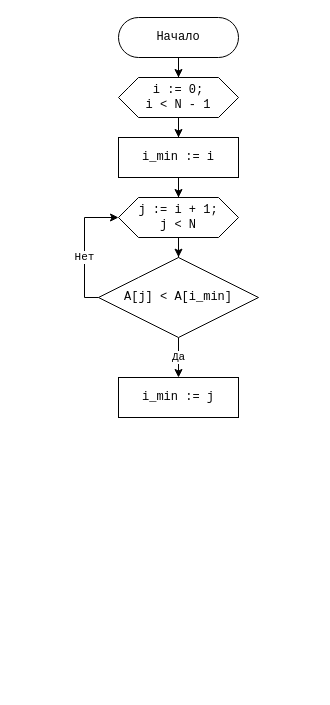
Above: lab_06_1_selection-sort.drawio in 4gottendreamer/Diagrams-drawio (draw.io), before the change. Source tidied: cells renumbered, new cells numbered last; positions are measured from the earlier drawing's top-left corner, leaving out a move shared by most shapes. Both pictures are drawn from the tidied source at 100%, with x=0, y=0 at pixel (84, 17).
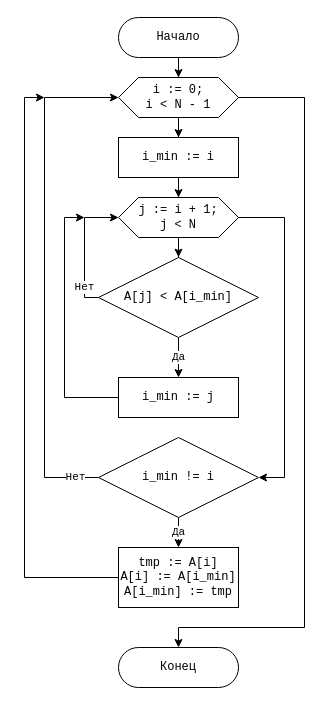
Above is the later version.

The change refers to these unchanged cells:
```xml
<mxCell id="5" value="&lt;div&gt;i := 0;&lt;/div&gt;&lt;div&gt;i &amp;lt; N - 1&lt;/div&gt;" style="shape=hexagon;perimeter=hexagonPerimeter2;whiteSpace=wrap;html=1;fixedSize=1;rounded=1;fontFamily=Consolas;arcSize=0;" parent="1" vertex="1">
  <mxGeometry x="34" y="60" width="120" height="40" as="geometry" />
</mxCell>
<mxCell id="9" value="&lt;div&gt;j := i + 1;&lt;/div&gt;&lt;div&gt;j &amp;lt; N&lt;/div&gt;" style="shape=hexagon;perimeter=hexagonPerimeter2;whiteSpace=wrap;html=1;fixedSize=1;rounded=1;fontFamily=Consolas;arcSize=0;" parent="1" vertex="1">
  <mxGeometry x="34" y="180" width="120" height="40" as="geometry" />
</mxCell>
<mxCell id="12" value="A[j] &amp;lt; A[i_min]" style="rhombus;whiteSpace=wrap;html=1;rounded=1;fontFamily=Consolas;arcSize=0;" parent="1" vertex="1">
  <mxGeometry x="14" y="240" width="160" height="80" as="geometry" />
</mxCell>
<mxCell id="13" value="i_min := j" style="whiteSpace=wrap;html=1;rounded=1;fontFamily=Consolas;arcSize=0;" parent="1" vertex="1">
  <mxGeometry x="34" y="360" width="120" height="40" as="geometry" />
</mxCell>
```

What changed in the source:
```diff
@@
+    <mxCell id="14" style="edgeStyle=orthogonalEdgeStyle;rounded=0;jettySize=auto;html=1;fontFamily=Consolas;entryX=0.5;entryY=0;entryDx=0;entryDy=0;" parent="1" edge="1" source="5" target="22">
+      <mxGeometry relative="1" as="geometry">
+        <Array as="points">
+          <mxPoint x="220" y="80" />
+          <mxPoint x="220" y="610" />
+          <mxPoint x="94" y="610" />
+        </Array>
+      </mxGeometry>
+    </mxCell>
@@
+    <mxCell id="15" style="edgeStyle=orthogonalEdgeStyle;rounded=0;jettySize=auto;html=1;fontFamily=Consolas;entryX=1;entryY=0.5;entryDx=0;entryDy=0;" parent="1" edge="1" source="9" target="19">
+      <mxGeometry relative="1" as="geometry">
+        <Array as="points">
+          <mxPoint x="200" y="200" />
+          <mxPoint x="200" y="460" />
+        </Array>
+      </mxGeometry>
+    </mxCell>
@@
-    <mxCell id="11" value="&lt;div&gt;Нет&lt;/div&gt;" style="edgeStyle=orthogonalEdgeStyle;rounded=0;jettySize=auto;html=1;fontFamily=Consolas;entryX=0;entryY=0.5;entryDx=0;entryDy=0;" parent="1" edge="1" source="12" target="9">
-      <mxGeometry x="-0.16" relative="1" as="geometry">
+    <mxCell id="11" value="&lt;div&gt;Нет&lt;/div&gt;" style="edgeStyle=orthogonalEdgeStyle;rounded=0;jettySize=auto;html=1;fontFamily=Consolas;entryX=0;entryY=0.5;entryDx=0;entryDy=0;exitX=0;exitY=0.5;exitDx=0;exitDy=0;" parent="1" edge="1" source="12" target="9">
+      <mxGeometry x="-0.62" relative="1" as="geometry">
         <Array as="points">
           <mxPoint y="280" />
           <mxPoint y="200" />
         </Array>
       </mxGeometry>
     </mxCell>
@@
+    <mxCell id="16" style="edgeStyle=orthogonalEdgeStyle;rounded=0;jettySize=auto;html=1;fontFamily=Consolas;" parent="1" edge="1" source="13">
+      <mxGeometry relative="1" as="geometry">
+        <mxPoint y="200" as="targetPoint" />
+        <Array as="points">
+          <mxPoint x="-20" y="380" />
+          <mxPoint x="-20" y="200" />
+        </Array>
+      </mxGeometry>
+    </mxCell>
@@
+    <mxCell id="17" value="Да" style="edgeStyle=orthogonalEdgeStyle;rounded=0;jettySize=auto;html=1;fontFamily=Consolas;" parent="1" edge="1" source="19" target="21">
+      <mxGeometry relative="1" as="geometry" />
+    </mxCell>
+    <mxCell id="18" value="&lt;div&gt;Нет&lt;/div&gt;" style="edgeStyle=orthogonalEdgeStyle;rounded=0;jettySize=auto;html=1;entryX=0;entryY=0.5;entryDx=0;entryDy=0;fontFamily=Consolas;" parent="1" edge="1" source="19" target="5">
+      <mxGeometry x="-0.91" relative="1" as="geometry">
+        <Array as="points">
+          <mxPoint x="-40" y="460" />
+          <mxPoint x="-40" y="80" />
+        </Array>
+      </mxGeometry>
+    </mxCell>
+    <mxCell id="19" value="i_min != i" style="rhombus;whiteSpace=wrap;html=1;rounded=1;fontFamily=Consolas;arcSize=0;" parent="1" vertex="1">
+      <mxGeometry x="14" y="420" width="160" height="80" as="geometry" />
+    </mxCell>
+    <mxCell id="20" style="edgeStyle=orthogonalEdgeStyle;rounded=0;jettySize=auto;html=1;fontFamily=Consolas;" parent="1" edge="1" source="21">
+      <mxGeometry relative="1" as="geometry">
+        <mxPoint x="-40" y="80" as="targetPoint" />
+        <Array as="points">
+          <mxPoint x="-60" y="560" />
+          <mxPoint x="-60" y="80" />
+        </Array>
+      </mxGeometry>
+    </mxCell>
+    <mxCell id="21" value="&lt;div&gt;tmp := A[i]&lt;/div&gt;&lt;div&gt;A[i] := A[i_min]&lt;/div&gt;&lt;div&gt;A[i_min] := tmp&lt;br&gt;&lt;/div&gt;" style="whiteSpace=wrap;html=1;rounded=1;fontFamily=Consolas;arcSize=0;" parent="1" vertex="1">
+      <mxGeometry x="34" y="530" width="120" height="60" as="geometry" />
+    </mxCell>
+    <mxCell id="22" value="Конец" style="rounded=1;whiteSpace=wrap;html=1;arcSize=50;fontFamily=Consolas;" parent="1" vertex="1">
+      <mxGeometry x="34" y="630" width="120" height="40" as="geometry" />
+    </mxCell>
```
